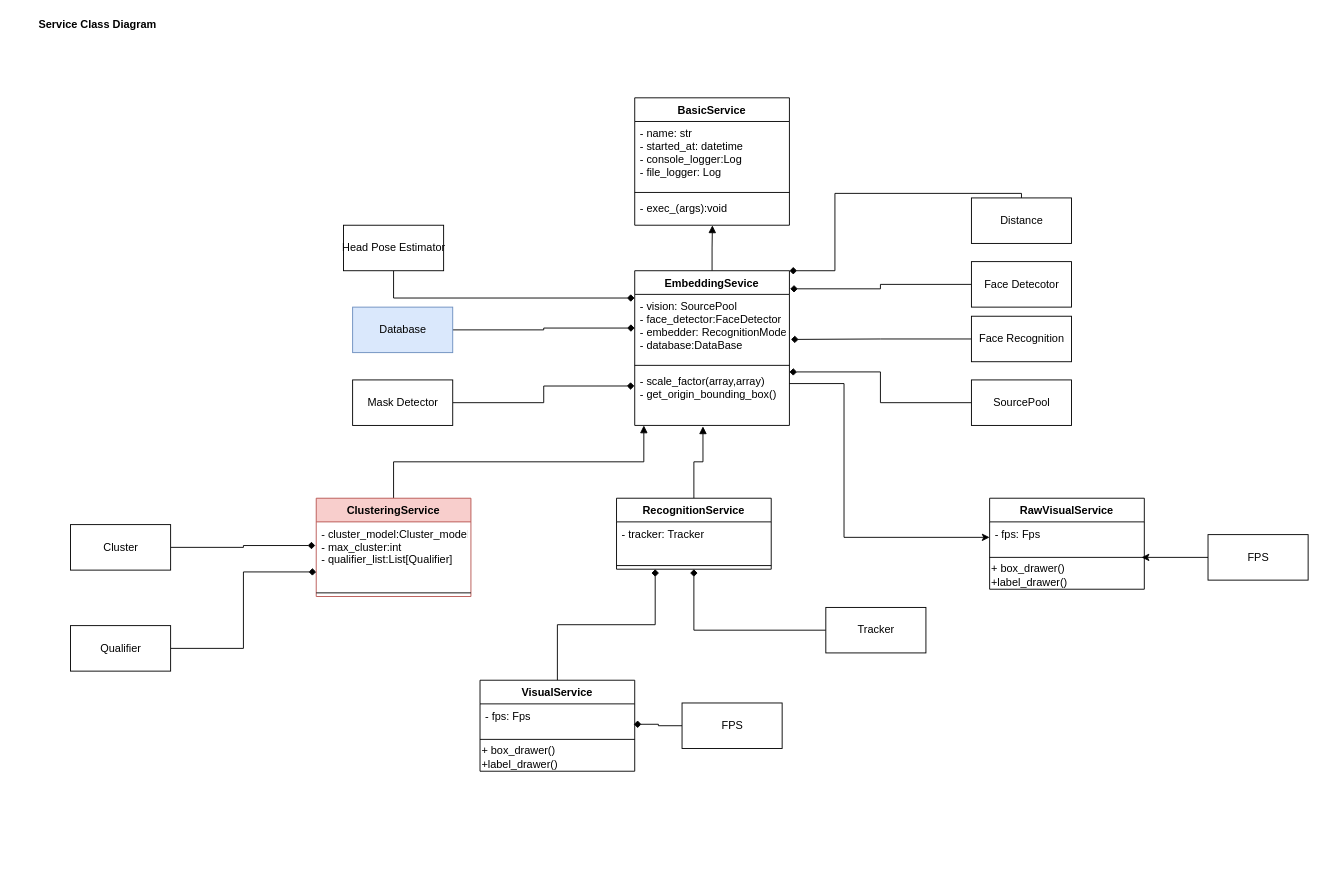
Earlier version of the draw.io diagram page "Class Diagram Service" (3 of 4) of doc/diagram/face recognition.drawio (armin-azh/siamese). Source tidied: cells renumbered, new cells numbered last; positions are measured from the earlier drawing's top-left corner, leaving out a move shared by most shapes. Both pictures are drawn from the tidied source at 91%, with x=0, y=0 at pixel (15, 15).
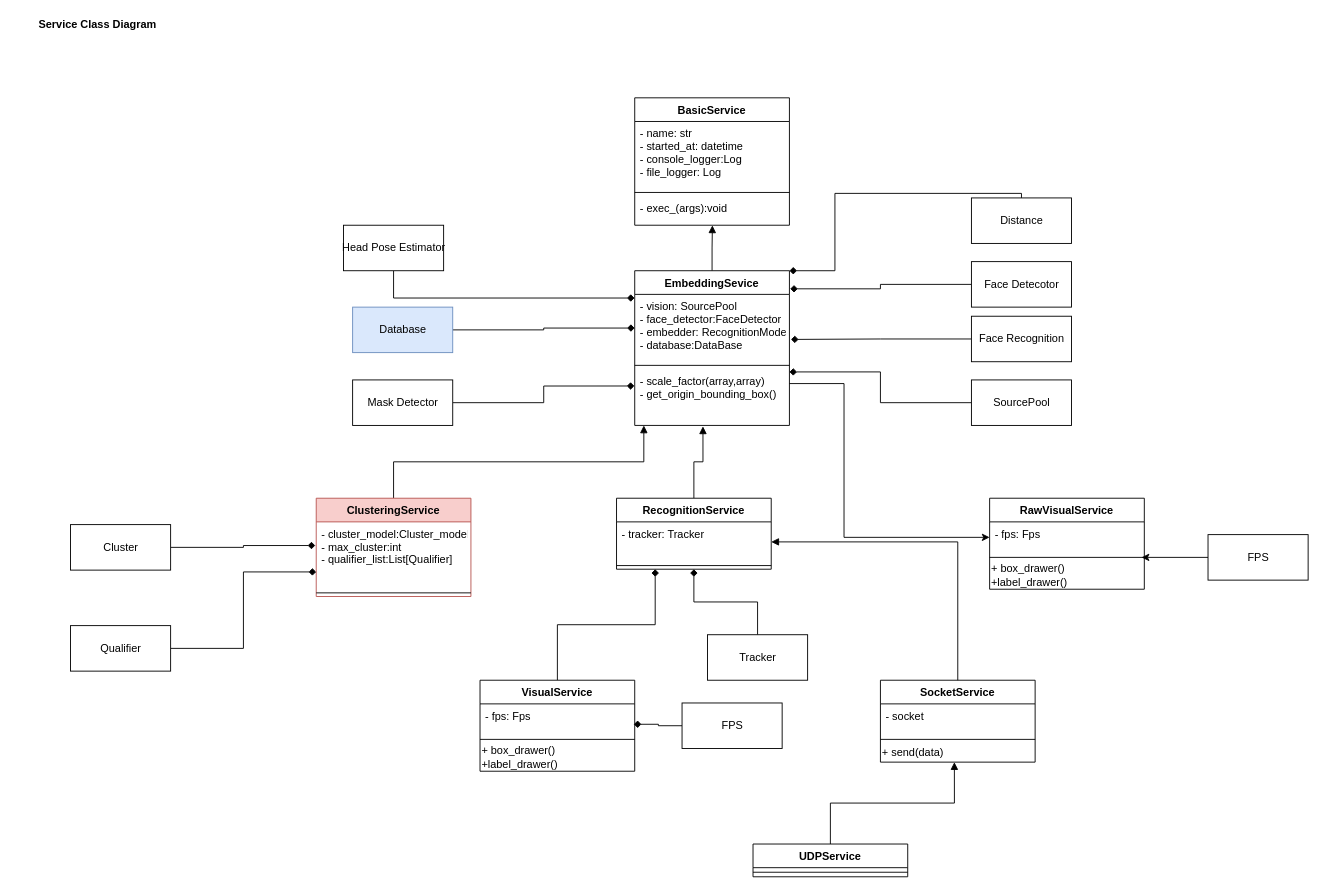
The same diagram, later.

The change refers to these unchanged cells:
```xml
<mxCell id="12" value="- tracker: Tracker" style="text;align=left;verticalAlign=top;spacingLeft=4;spacingRight=4;overflow=hidden;points=[[0,0.5],[1,0.5]];portConstraint=eastwest;" parent="11" vertex="1">
  <mxGeometry y="26" width="170" height="44" as="geometry" />
</mxCell>
```

Change to the diagram source:
```diff
@@
     <mxCell id="26" value="Tracker" style="html=1;" parent="1" vertex="1">
-      <mxGeometry x="890" y="650" width="110" height="50" as="geometry" />
+      <mxGeometry x="760" y="680" width="110" height="50" as="geometry" />
     </mxCell>
@@
+    <mxCell id="54" value="SocketService" style="swimlane;fontStyle=1;align=center;verticalAlign=top;horizontal=1;startSize=26;" parent="1" vertex="1">
+      <mxGeometry x="950" y="730" width="170" height="90" as="geometry" />
+    </mxCell>
+    <mxCell id="55" value="- socket" style="text;align=left;verticalAlign=top;spacingLeft=4;spacingRight=4;overflow=hidden;" parent="54" vertex="1">
+      <mxGeometry y="26" width="170" height="34" as="geometry" />
+    </mxCell>
+    <mxCell id="56" style="line;strokeWidth=1;align=left;verticalAlign=middle;spacingTop=-1;spacingLeft=3;spacingRight=3;labelPosition=right;" parent="54" vertex="1">
+      <mxGeometry y="60" width="170" height="10" as="geometry" />
+    </mxCell>
+    <mxCell id="57" value="+ send(data)" style="text;html=1;align=left;verticalAlign=middle;points=[];strokeColor=none;" parent="54" vertex="1">
+      <mxGeometry y="70" width="170" height="20" as="geometry" />
+    </mxCell>
+    <mxCell id="58" style="edgeStyle=orthogonalEdgeStyle;rounded=0;jettySize=auto;html=1;entryX=0.5;entryY=0;entryDx=0;entryDy=0;endArrow=none;endFill=0;startArrow=block;startFill=1;" parent="1" edge="1" source="12" target="54">
+      <mxGeometry relative="1" as="geometry" />
+    </mxCell>
+    <mxCell id="59" style="edgeStyle=orthogonalEdgeStyle;rounded=0;jettySize=auto;html=1;entryX=0.478;entryY=1;entryDx=0;entryDy=0;entryPerimeter=0;startArrow=none;startFill=0;endArrow=block;endFill=1;" parent="1" edge="1" source="60" target="57">
+      <mxGeometry relative="1" as="geometry" />
+    </mxCell>
+    <mxCell id="60" value="UDPService" style="swimlane;fontStyle=1;align=center;verticalAlign=top;horizontal=1;startSize=26;" parent="1" vertex="1">
+      <mxGeometry x="810" y="910" width="170" height="36" as="geometry" />
+    </mxCell>
+    <mxCell id="61" style="line;strokeWidth=1;align=left;verticalAlign=middle;spacingTop=-1;spacingLeft=3;spacingRight=3;labelPosition=right;" parent="60" vertex="1">
+      <mxGeometry y="26" width="170" height="10" as="geometry" />
+    </mxCell>
```
